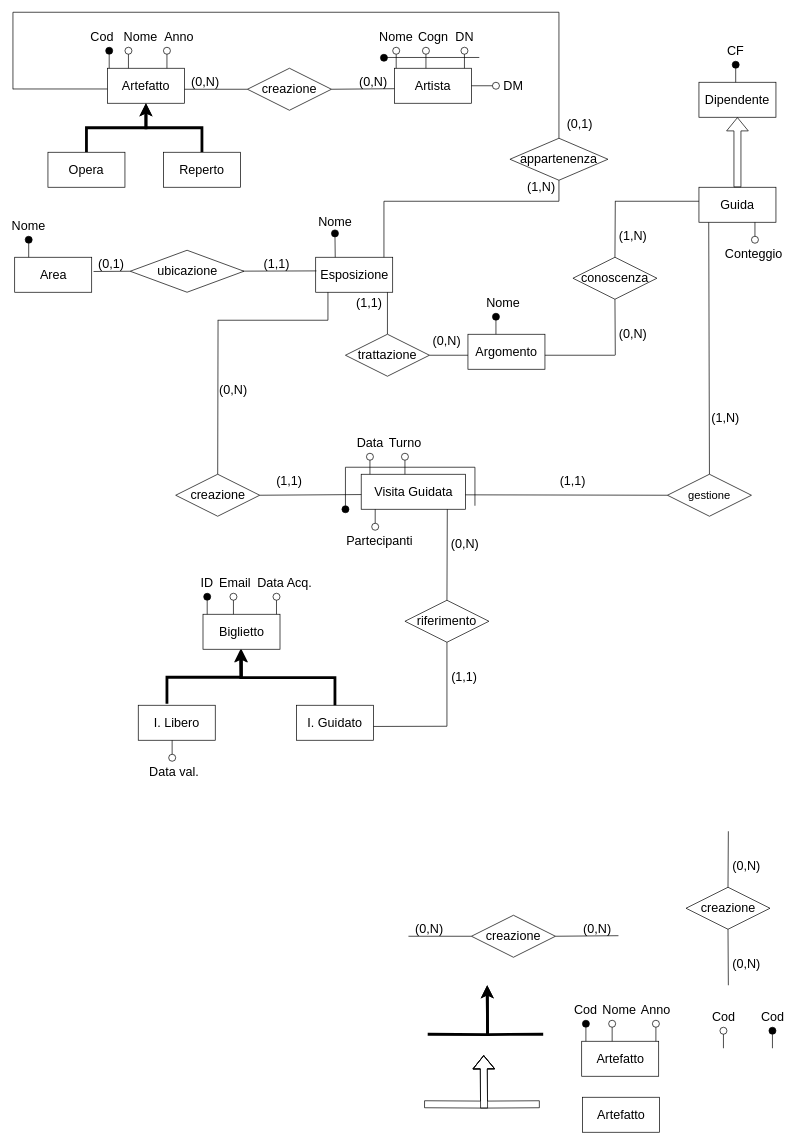
Before: ER.drawio in Chris-Libra-Unipd/ProgettoBasi, a draw.io diagram. Source tidied: cells renumbered, new cells numbered last; positions are measured from the earlier drawing's top-left corner, leaving out a move shared by most shapes. Both pictures are drawn from the tidied source at 70%, with x=0, y=0 at pixel (13, 12).
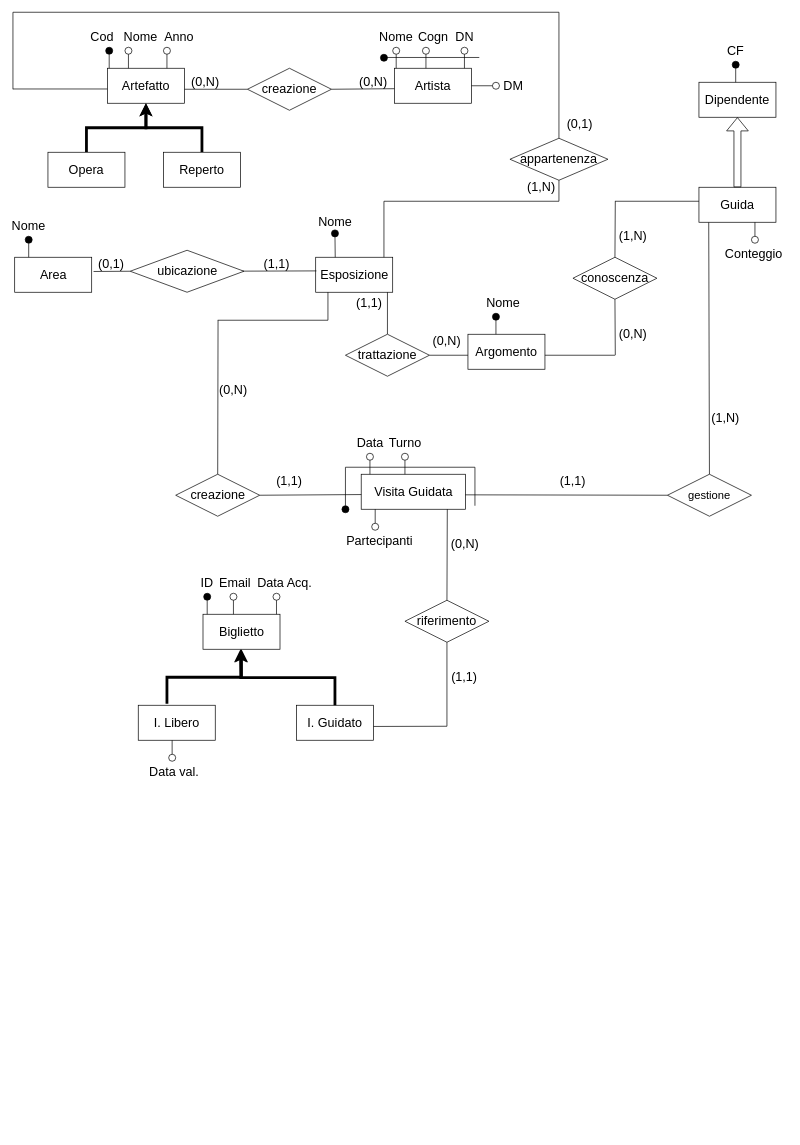
The same diagram, later.

Diff of the diagram source:
```diff
@@
-    <mxCell id="11" style="verticalLabelPosition=bottom;verticalAlign=top;html=1;shape=mxgraph.flowchart.on-page_reference;" parent="1" vertex="1">
-      <mxGeometry x="1010" y="1450" width="10" height="10" as="geometry" />
-    </mxCell>
-    <mxCell id="12" style="endArrow=none;html=1;rounded=0;entryX=0.5;entryY=1;entryDx=0;entryDy=0;entryPerimeter=0;" parent="1" edge="1" target="11">
-      <mxGeometry relative="1" as="geometry">
-        <mxPoint x="1015" y="1480" as="sourcePoint" />
-      </mxGeometry>
-    </mxCell>
-    <mxCell id="13" value="&lt;font style=&quot;font-size: 18px;&quot;&gt;Cod&lt;/font&gt;" style="text;html=1;align=center;verticalAlign=middle;whiteSpace=wrap;rounded=0;" parent="1" vertex="1">
-      <mxGeometry x="992.5" y="1430" width="45" height="10" as="geometry" />
-    </mxCell>
-    <mxCell id="14" style="verticalLabelPosition=bottom;verticalAlign=top;html=1;shape=mxgraph.flowchart.on-page_reference;fillColor=#000000;" parent="1" vertex="1">
-      <mxGeometry x="1080" y="1450" width="10" height="10" as="geometry" />
-    </mxCell>
-    <mxCell id="15" style="endArrow=none;html=1;rounded=0;entryX=0.5;entryY=1;entryDx=0;entryDy=0;entryPerimeter=0;" parent="1" edge="1" target="14">
-      <mxGeometry relative="1" as="geometry">
-        <mxPoint x="1085" y="1480" as="sourcePoint" />
-      </mxGeometry>
-    </mxCell>
-    <mxCell id="16" value="&lt;font style=&quot;font-size: 18px;&quot;&gt;Cod&lt;/font&gt;" style="text;html=1;align=center;verticalAlign=middle;whiteSpace=wrap;rounded=0;" parent="1" vertex="1">
-      <mxGeometry x="1062.5" y="1430" width="45" height="10" as="geometry" />
-    </mxCell>
@@
-    <mxCell id="45" style="endArrow=none;html=1;rounded=0;entryX=0;entryY=0.5;entryDx=0;entryDy=0;" parent="1" edge="1" target="47">
-      <mxGeometry relative="1" as="geometry">
-        <mxPoint x="565" y="1320" as="sourcePoint" />
-      </mxGeometry>
-    </mxCell>
-    <mxCell id="46" style="endArrow=none;html=1;rounded=0;exitX=1;exitY=0.5;exitDx=0;exitDy=0;" parent="1" edge="1" source="47">
-      <mxGeometry relative="1" as="geometry">
-        <mxPoint x="865" y="1319.2" as="targetPoint" />
-      </mxGeometry>
-    </mxCell>
-    <mxCell id="47" value="&lt;font style=&quot;font-size: 18px;&quot;&gt;creazione&lt;/font&gt;" style="shape=rhombus;perimeter=rhombusPerimeter;whiteSpace=wrap;html=1;align=center;" parent="1" vertex="1">
-      <mxGeometry x="655" y="1290" width="120" height="60" as="geometry" />
-    </mxCell>
-    <mxCell id="48" value="&lt;font style=&quot;font-size: 18px;&quot;&gt;(0,N)&lt;/font&gt;" style="text;html=1;align=center;verticalAlign=middle;whiteSpace=wrap;rounded=0;" parent="1" vertex="1">
-      <mxGeometry x="575" y="1300" width="40" height="20" as="geometry" />
-    </mxCell>
-    <mxCell id="49" value="&lt;font style=&quot;font-size: 18px;&quot;&gt;(0,N)&lt;/font&gt;" style="text;html=1;align=center;verticalAlign=middle;whiteSpace=wrap;rounded=0;" parent="1" vertex="1">
-      <mxGeometry x="815" y="1300" width="40" height="20" as="geometry" />
-    </mxCell>
-    <mxCell id="50" style="edgeStyle=orthogonalEdgeStyle;rounded=0;orthogonalLoop=1;jettySize=auto;html=1;entryX=0.5;entryY=1;entryDx=0;entryDy=0;strokeWidth=4;" parent="1" edge="1">
-      <mxGeometry relative="1" as="geometry">
-        <mxPoint x="592.5" y="1460" as="sourcePoint" />
-        <mxPoint x="677.5" y="1390" as="targetPoint" />
-      </mxGeometry>
-    </mxCell>
-    <mxCell id="51" style="edgeStyle=orthogonalEdgeStyle;rounded=0;orthogonalLoop=1;jettySize=auto;html=1;entryX=0.5;entryY=1;entryDx=0;entryDy=0;strokeWidth=4;" parent="1" edge="1">
-      <mxGeometry relative="1" as="geometry">
-        <mxPoint x="757.5" y="1460" as="sourcePoint" />
-        <mxPoint x="677.5" y="1390" as="targetPoint" />
-      </mxGeometry>
-    </mxCell>
-    <mxCell id="52" style="edgeStyle=orthogonalEdgeStyle;rounded=0;orthogonalLoop=1;jettySize=auto;html=1;entryX=0.5;entryY=1;entryDx=0;entryDy=0;strokeWidth=1;shape=flexArrow;" parent="1" edge="1">
-      <mxGeometry relative="1" as="geometry">
-        <mxPoint x="587.5" y="1560" as="sourcePoint" />
-        <mxPoint x="672.5" y="1490" as="targetPoint" />
-      </mxGeometry>
-    </mxCell>
-    <mxCell id="53" style="edgeStyle=orthogonalEdgeStyle;rounded=0;orthogonalLoop=1;jettySize=auto;html=1;entryX=0.5;entryY=1;entryDx=0;entryDy=0;strokeWidth=1;shape=flexArrow;" parent="1" edge="1">
-      <mxGeometry relative="1" as="geometry">
-        <mxPoint x="752.5" y="1560" as="sourcePoint" />
-        <mxPoint x="672.5" y="1490" as="targetPoint" />
-      </mxGeometry>
-    </mxCell>
-    <mxCell id="54" value="&lt;font style=&quot;font-size: 18px;&quot;&gt;Artefatto&lt;/font&gt;" style="whiteSpace=wrap;html=1;align=center;" parent="1" vertex="1">
-      <mxGeometry x="812.5" y="1470" width="110" height="50" as="geometry" />
-    </mxCell>
-    <mxCell id="55" style="endArrow=none;html=1;rounded=0;entryX=0.5;entryY=1;entryDx=0;entryDy=0;entryPerimeter=0;" parent="1" edge="1" source="64">
-      <mxGeometry relative="1" as="geometry">
-        <mxPoint x="818.5" y="1450" as="targetPoint" />
-      </mxGeometry>
-    </mxCell>
-    <mxCell id="56" value="&lt;font style=&quot;font-size: 18px;&quot;&gt;Cod&lt;/font&gt;" style="text;html=1;align=center;verticalAlign=middle;whiteSpace=wrap;rounded=0;" parent="1" vertex="1">
-      <mxGeometry x="796" y="1420" width="45" height="10" as="geometry" />
-    </mxCell>
-    <mxCell id="57" style="verticalLabelPosition=bottom;verticalAlign=top;html=1;shape=mxgraph.flowchart.on-page_reference;" parent="1" vertex="1">
-      <mxGeometry x="851" y="1440" width="10" height="10" as="geometry" />
-    </mxCell>
-    <mxCell id="58" style="endArrow=none;html=1;rounded=0;entryX=0.5;entryY=1;entryDx=0;entryDy=0;entryPerimeter=0;" parent="1" edge="1" target="57">
-      <mxGeometry relative="1" as="geometry">
-        <mxPoint x="856" y="1470" as="sourcePoint" />
-      </mxGeometry>
-    </mxCell>
-    <mxCell id="59" value="&lt;font style=&quot;font-size: 18px;&quot;&gt;Nome&lt;/font&gt;" style="text;html=1;align=center;verticalAlign=middle;whiteSpace=wrap;rounded=0;" parent="1" vertex="1">
-      <mxGeometry x="843.5" y="1420" width="45" height="10" as="geometry" />
-    </mxCell>
-    <mxCell id="60" style="verticalLabelPosition=bottom;verticalAlign=top;html=1;shape=mxgraph.flowchart.on-page_reference;" parent="1" vertex="1">
-      <mxGeometry x="913.5" y="1440" width="10" height="10" as="geometry" />
-    </mxCell>
-    <mxCell id="61" style="endArrow=none;html=1;rounded=0;entryX=0.5;entryY=1;entryDx=0;entryDy=0;entryPerimeter=0;" parent="1" edge="1" target="60">
-      <mxGeometry relative="1" as="geometry">
-        <mxPoint x="918.5" y="1470" as="sourcePoint" />
-      </mxGeometry>
-    </mxCell>
-    <mxCell id="62" value="&lt;font style=&quot;font-size: 18px;&quot;&gt;Anno&lt;/font&gt;" style="text;html=1;align=center;verticalAlign=middle;whiteSpace=wrap;rounded=0;" parent="1" vertex="1">
-      <mxGeometry x="896" y="1420" width="45" height="10" as="geometry" />
-    </mxCell>
-    <mxCell id="63" style="endArrow=none;html=1;rounded=0;entryX=0.5;entryY=1;entryDx=0;entryDy=0;entryPerimeter=0;" parent="1" edge="1" target="64">
-      <mxGeometry relative="1" as="geometry">
-        <mxPoint x="818.5" y="1470" as="sourcePoint" />
-      </mxGeometry>
-    </mxCell>
-    <mxCell id="64" style="verticalLabelPosition=bottom;verticalAlign=top;html=1;shape=mxgraph.flowchart.on-page_reference;fillColor=#000000;" parent="1" vertex="1">
-      <mxGeometry x="813.5" y="1440" width="10" height="10" as="geometry" />
-    </mxCell>
@@
-    <mxCell id="93" value="&lt;font style=&quot;font-size: 18px;&quot;&gt;creazione&lt;/font&gt;" style="shape=rhombus;perimeter=rhombusPerimeter;whiteSpace=wrap;html=1;align=center;" parent="1" vertex="1">
-      <mxGeometry x="961.5" y="1250" width="120" height="60" as="geometry" />
-    </mxCell>
-    <mxCell id="94" style="endArrow=none;html=1;rounded=0;exitX=0.5;exitY=0;exitDx=0;exitDy=0;" parent="1" edge="1" source="93">
-      <mxGeometry relative="1" as="geometry">
-        <mxPoint x="1022" y="1170" as="targetPoint" />
-      </mxGeometry>
-    </mxCell>
-    <mxCell id="95" value="&lt;font style=&quot;font-size: 18px;&quot;&gt;(0,N)&lt;/font&gt;" style="text;html=1;align=center;verticalAlign=middle;whiteSpace=wrap;rounded=0;" parent="1" vertex="1">
-      <mxGeometry x="1027.5" y="1210" width="40" height="20" as="geometry" />
-    </mxCell>
-    <mxCell id="96" style="endArrow=none;html=1;rounded=0;exitX=0.5;exitY=0;exitDx=0;exitDy=0;entryX=0.5;entryY=1;entryDx=0;entryDy=0;" parent="1" edge="1" target="93">
-      <mxGeometry relative="1" as="geometry">
-        <mxPoint x="1022" y="1390" as="sourcePoint" />
-      </mxGeometry>
-    </mxCell>
-    <mxCell id="97" value="&lt;font style=&quot;font-size: 18px;&quot;&gt;(0,N)&lt;/font&gt;" style="text;html=1;align=center;verticalAlign=middle;whiteSpace=wrap;rounded=0;" parent="1" vertex="1">
-      <mxGeometry x="1027.5" y="1350" width="40" height="20" as="geometry" />
-    </mxCell>
@@
-    <mxCell id="118" value="&lt;font style=&quot;font-size: 18px;&quot;&gt;Artefatto&lt;/font&gt;" style="whiteSpace=wrap;html=1;align=center;" parent="1" vertex="1">
-      <mxGeometry x="813.5" y="1550" width="110" height="50" as="geometry" />
-    </mxCell>
```
